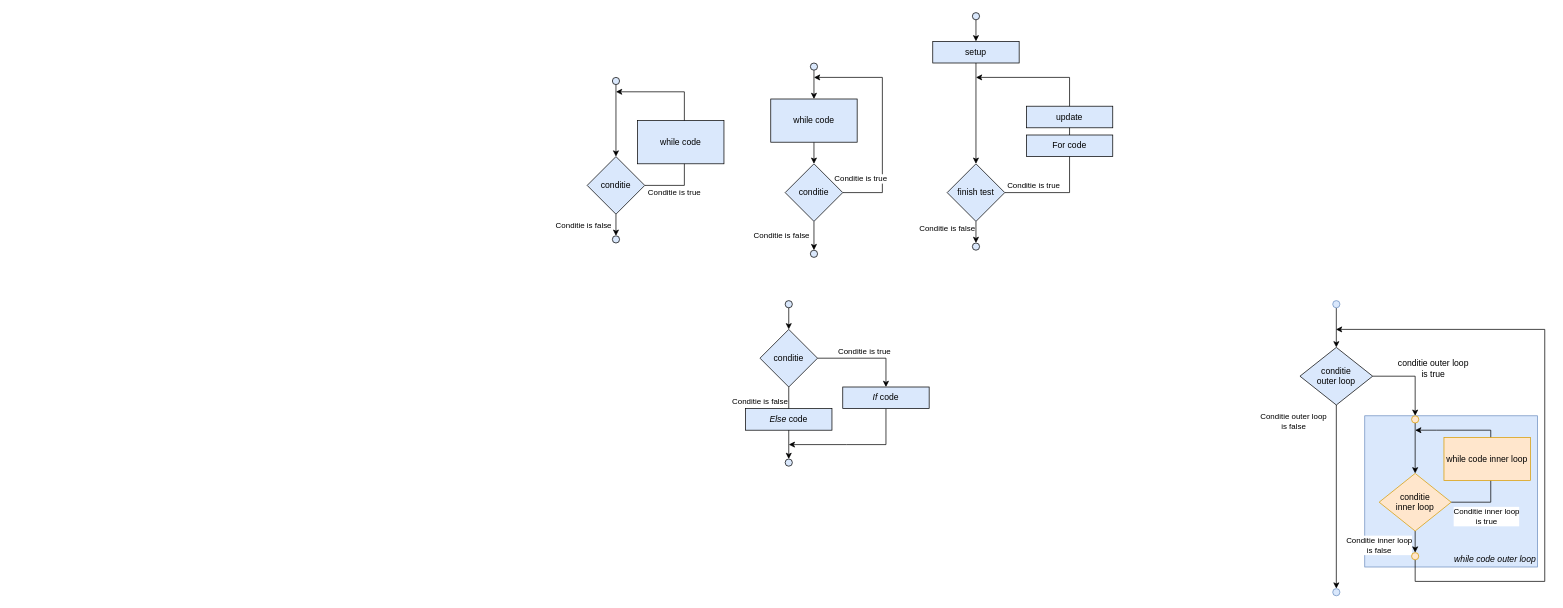
The draw.io diagram page "loops" (1 of 9) of assets/svg diagrams.drawio in timdams/csharpbook, before the edit. Source tidied: cells renumbered, new cells numbered last; positions are measured from the earlier drawing's top-left corner, leaving out a move shared by most shapes. Both pictures are drawn from the tidied source at 72%, with x=0, y=0 at pixel (587, 12).
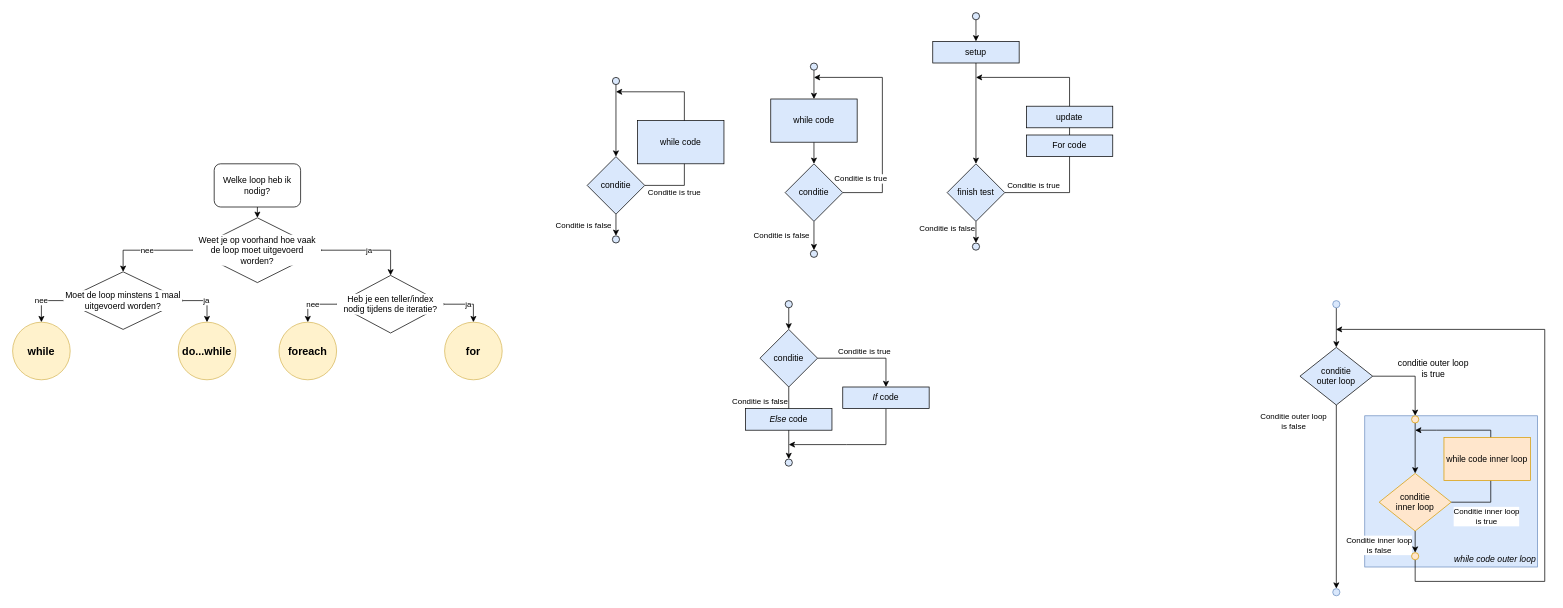
Above is the later version.

The edit, as a diff of the source:
```diff
@@
+    <mxCell id="52" style="edgeStyle=orthogonalEdgeStyle;rounded=0;jettySize=auto;html=1;exitX=0.5;exitY=1;exitDx=0;exitDy=0;entryX=0.5;entryY=0;entryDx=0;entryDy=0;fontSize=15;" parent="1" edge="1" source="53" target="56">
+      <mxGeometry relative="1" as="geometry" />
+    </mxCell>
+    <mxCell id="53" value="Welke loop heb ik nodig?" style="rounded=1;whiteSpace=wrap;html=1;" parent="1" vertex="1">
+      <mxGeometry x="-518" y="210" width="120" height="60" as="geometry" />
+    </mxCell>
+    <mxCell id="54" value="ja" style="edgeStyle=orthogonalEdgeStyle;rounded=0;jettySize=auto;html=1;exitX=1;exitY=0.5;exitDx=0;exitDy=0;entryX=0.5;entryY=0;entryDx=0;entryDy=0;" parent="1" edge="1" source="56" target="59">
+      <mxGeometry relative="1" as="geometry" />
+    </mxCell>
+    <mxCell id="55" value="nee" style="edgeStyle=orthogonalEdgeStyle;rounded=0;jettySize=auto;html=1;exitX=0;exitY=0.5;exitDx=0;exitDy=0;entryX=0.5;entryY=0;entryDx=0;entryDy=0;" parent="1" edge="1" source="56" target="62">
+      <mxGeometry relative="1" as="geometry" />
+    </mxCell>
+    <mxCell id="56" value="Weet je op voorhand hoe vaak de loop moet uitgevoerd worden?" style="rhombus;whiteSpace=wrap;html=1;labelBorderColor=none;labelBackgroundColor=#ffffff;" parent="1" vertex="1">
+      <mxGeometry x="-548" y="285" width="180" height="90" as="geometry" />
+    </mxCell>
+    <mxCell id="57" value="ja" style="edgeStyle=orthogonalEdgeStyle;rounded=0;jettySize=auto;html=1;exitX=1;exitY=0.5;exitDx=0;exitDy=0;" parent="1" edge="1" source="59" target="65">
+      <mxGeometry relative="1" as="geometry" />
+    </mxCell>
+    <mxCell id="58" value="nee" style="edgeStyle=orthogonalEdgeStyle;rounded=0;jettySize=auto;html=1;exitX=0;exitY=0.5;exitDx=0;exitDy=0;entryX=0.5;entryY=0;entryDx=0;entryDy=0;" parent="1" edge="1" source="59" target="66">
+      <mxGeometry relative="1" as="geometry" />
+    </mxCell>
+    <mxCell id="59" value="Heb je een teller/index nodig tijdens de iteratie?" style="rhombus;whiteSpace=wrap;html=1;labelBackgroundColor=#ffffff;" parent="1" vertex="1">
+      <mxGeometry x="-348" y="365" width="150" height="80" as="geometry" />
+    </mxCell>
+    <mxCell id="60" value="nee" style="edgeStyle=orthogonalEdgeStyle;rounded=0;jettySize=auto;html=1;exitX=0;exitY=0.5;exitDx=0;exitDy=0;entryX=0.5;entryY=0;entryDx=0;entryDy=0;" parent="1" edge="1" source="62" target="63">
+      <mxGeometry relative="1" as="geometry" />
+    </mxCell>
+    <mxCell id="61" value="ja" style="edgeStyle=orthogonalEdgeStyle;rounded=0;jettySize=auto;html=1;exitX=1;exitY=0.5;exitDx=0;exitDy=0;entryX=0.5;entryY=0;entryDx=0;entryDy=0;" parent="1" edge="1" source="62" target="64">
+      <mxGeometry relative="1" as="geometry" />
+    </mxCell>
+    <mxCell id="62" value="Moet de loop minstens 1 maal uitgevoerd worden?" style="rhombus;whiteSpace=wrap;html=1;labelBackgroundColor=#ffffff;" parent="1" vertex="1">
+      <mxGeometry x="-728" y="360" width="167" height="80" as="geometry" />
+    </mxCell>
+    <mxCell id="63" value="while" style="ellipse;whiteSpace=wrap;html=1;labelBackgroundColor=none;fillColor=#fff2cc;strokeColor=#d6b656;fontStyle=1;fontSize=15;" parent="1" vertex="1">
+      <mxGeometry x="-798" y="430" width="80" height="80" as="geometry" />
+    </mxCell>
+    <mxCell id="64" value="do...while" style="ellipse;whiteSpace=wrap;html=1;labelBackgroundColor=none;fillColor=#fff2cc;strokeColor=#d6b656;fontStyle=1;fontSize=15;" parent="1" vertex="1">
+      <mxGeometry x="-568" y="430" width="80" height="80" as="geometry" />
+    </mxCell>
+    <mxCell id="65" value="for" style="ellipse;whiteSpace=wrap;html=1;labelBackgroundColor=none;fillColor=#fff2cc;strokeColor=#d6b656;fontStyle=1;fontSize=15;" parent="1" vertex="1">
+      <mxGeometry x="-198" y="430" width="80" height="80" as="geometry" />
+    </mxCell>
+    <mxCell id="66" value="foreach" style="ellipse;whiteSpace=wrap;html=1;labelBackgroundColor=none;fillColor=#fff2cc;strokeColor=#d6b656;fontStyle=1;fontSize=15;" parent="1" vertex="1">
+      <mxGeometry x="-428" y="430" width="80" height="80" as="geometry" />
+    </mxCell>
```
